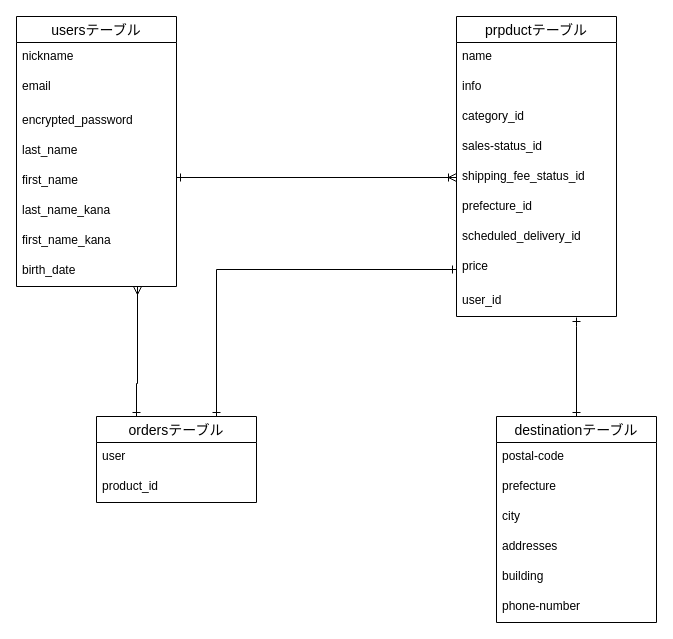
Before: furima.dio in kosuke-morikawa/furima-35085, a draw.io diagram. Source tidied: cells renumbered, new cells numbered last; positions are measured from the earlier drawing's top-left corner, leaving out a move shared by most shapes. Both pictures are drawn from the tidied source at 100%, with x=0, y=0 at pixel (16, 16).
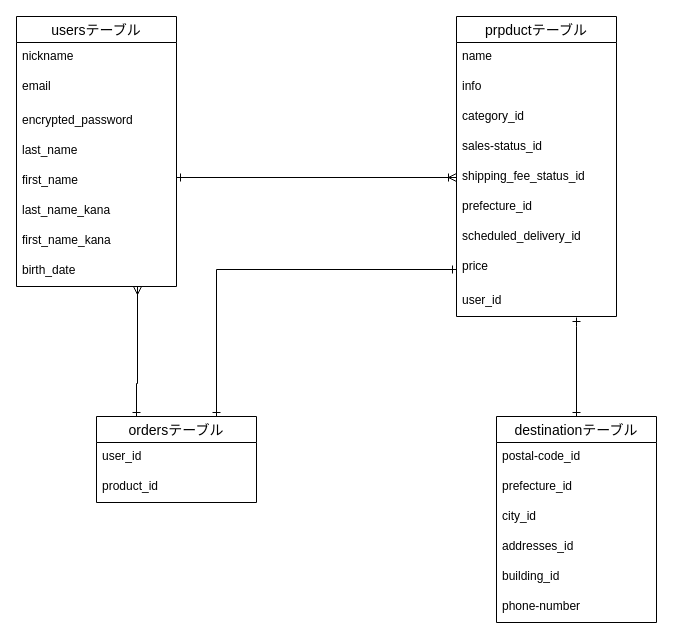
The same diagram, later.

Commit message (it also covers changes not shown here):
データベース修正3

Unchanged cells that the change refers to:
```xml
<mxCell id="24" value="ordersテーブル" style="swimlane;fontStyle=0;horizontal=1;startSize=26;align=center;fontSize=14;" parent="1" vertex="1">
  <mxGeometry x="80" y="400" width="160" height="86" as="geometry" />
</mxCell>
<mxCell id="28" value="destinationテーブル" style="swimlane;fontStyle=0;horizontal=1;startSize=26;align=center;fontSize=14;" parent="1" vertex="1">
  <mxGeometry x="480" y="400" width="160" height="206" as="geometry" />
</mxCell>
```

The edit, as a diff of the source:
```diff
@@
-    <mxCell id="25" value="user" style="text;strokeColor=none;fillColor=none;spacingLeft=4;spacingRight=4;overflow=hidden;fontSize=12;" parent="24" vertex="1">
+    <mxCell id="25" value="user_id" style="text;strokeColor=none;fillColor=none;spacingLeft=4;spacingRight=4;overflow=hidden;fontSize=12;" parent="24" vertex="1">
       <mxGeometry y="26" width="160" height="30" as="geometry" />
     </mxCell>
@@
-    <mxCell id="29" value="postal-code" style="text;strokeColor=none;fillColor=none;spacingLeft=4;spacingRight=4;overflow=hidden;fontSize=12;" parent="28" vertex="1">
+    <mxCell id="29" value="postal-code_id" style="text;strokeColor=none;fillColor=none;spacingLeft=4;spacingRight=4;overflow=hidden;fontSize=12;" parent="28" vertex="1">
       <mxGeometry y="26" width="160" height="30" as="geometry" />
     </mxCell>
-    <mxCell id="30" value="prefecture" style="text;strokeColor=none;fillColor=none;spacingLeft=4;spacingRight=4;overflow=hidden;fontSize=12;" parent="28" vertex="1">
+    <mxCell id="30" value="prefecture_id" style="text;strokeColor=none;fillColor=none;spacingLeft=4;spacingRight=4;overflow=hidden;fontSize=12;" parent="28" vertex="1">
       <mxGeometry y="56" width="160" height="30" as="geometry" />
     </mxCell>
-    <mxCell id="31" value="city" style="text;strokeColor=none;fillColor=none;spacingLeft=4;spacingRight=4;overflow=hidden;fontSize=12;" parent="28" vertex="1">
+    <mxCell id="31" value="city_id" style="text;strokeColor=none;fillColor=none;spacingLeft=4;spacingRight=4;overflow=hidden;fontSize=12;" parent="28" vertex="1">
       <mxGeometry y="86" width="160" height="30" as="geometry" />
     </mxCell>
-    <mxCell id="32" value="addresses" style="text;strokeColor=none;fillColor=none;spacingLeft=4;spacingRight=4;overflow=hidden;fontSize=12;" parent="28" vertex="1">
+    <mxCell id="32" value="addresses_id" style="text;strokeColor=none;fillColor=none;spacingLeft=4;spacingRight=4;overflow=hidden;fontSize=12;" parent="28" vertex="1">
       <mxGeometry y="116" width="160" height="30" as="geometry" />
     </mxCell>
-    <mxCell id="33" value="building" style="text;strokeColor=none;fillColor=none;spacingLeft=4;spacingRight=4;overflow=hidden;fontSize=12;" parent="28" vertex="1">
+    <mxCell id="33" value="building_id" style="text;strokeColor=none;fillColor=none;spacingLeft=4;spacingRight=4;overflow=hidden;fontSize=12;" parent="28" vertex="1">
       <mxGeometry y="146" width="160" height="30" as="geometry" />
     </mxCell>
```
